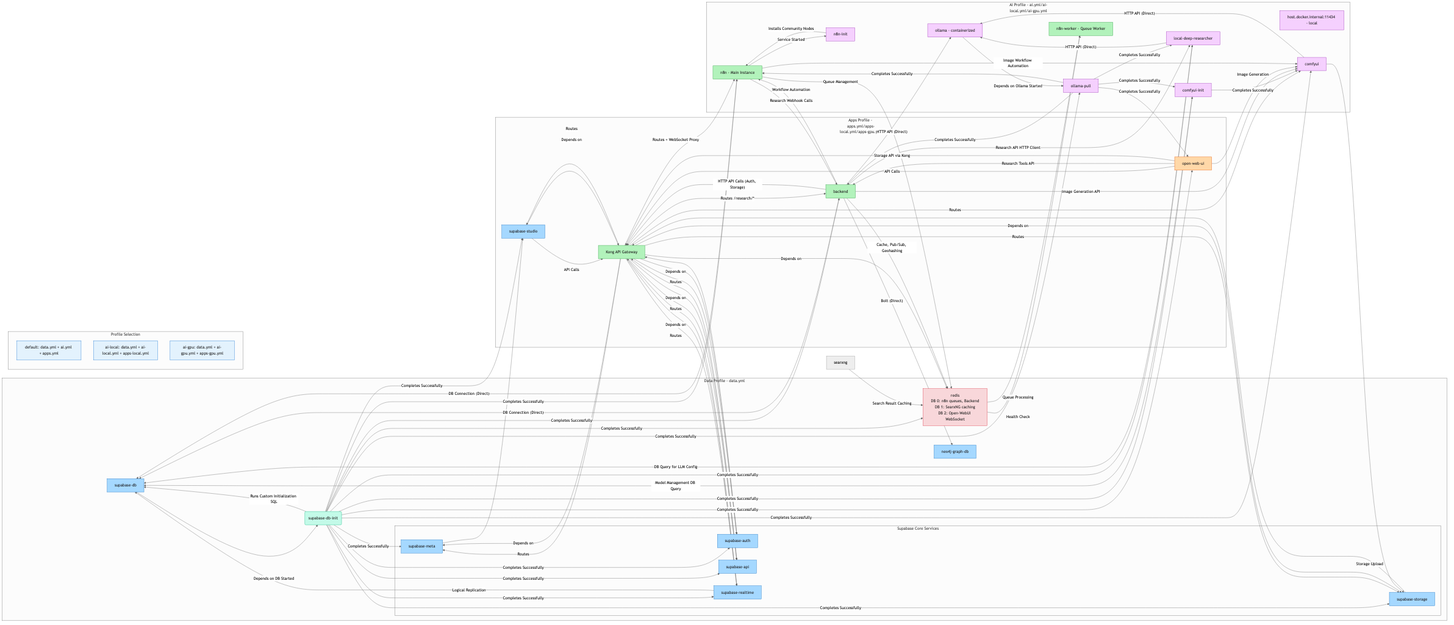
The Mermaid diagram docs/images/architecture.png in thekaveh/genai-vanilla, before a commit. Its source is kept beside it as docs/diagrams/architecture.mermaid.
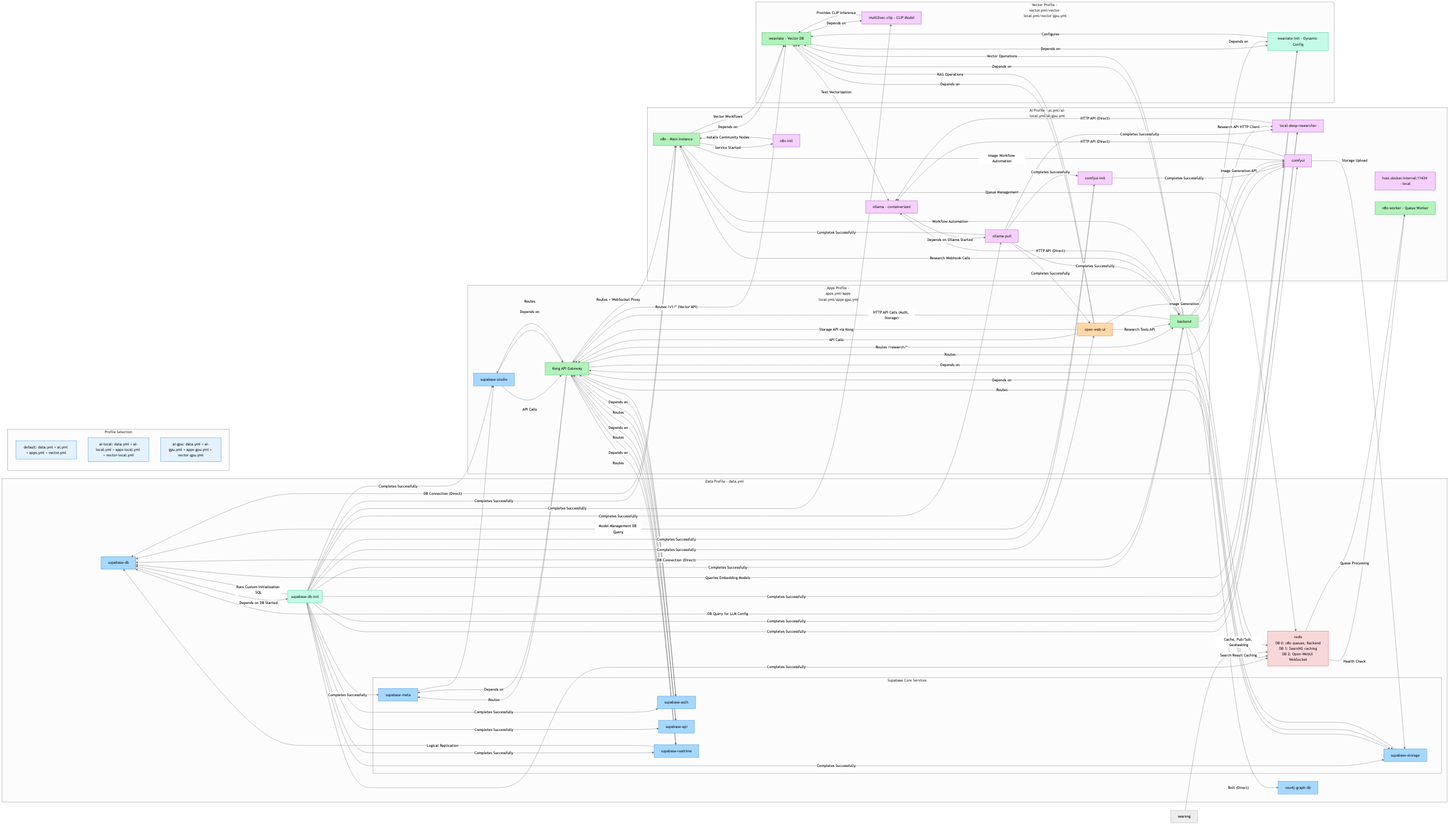
The same diagram one commit later.

Change to the diagram source:
```diff
@@ -35,6 +35,13 @@
         comfyui[comfyui]:::ai
     end
 
+    subgraph VectorProfile[Vector Profile - vector.yml/vector-local.yml/vector-gpu.yml]
+        direction TB
+        weaviate-init[weaviate-init - Dynamic Config]:::init
+        weaviate[weaviate - Vector DB]:::api
+        multi2vec-clip[multi2vec-clip - CLIP Model]:::ai
+    end
+
     subgraph AppsProfile[Apps Profile - apps.yml/apps-local.yml/apps-gpu.yml]
         direction TB
         kong-api-gateway[Kong API Gateway]
@@ -58,6 +65,8 @@
     supabase-db-init -- "Completes Successfully" --> backend
     supabase-db-init -- "Completes Successfully" --> open-web-ui
     supabase-db-init -- "Completes Successfully" --> n8n
+    supabase-db-init -- "Completes Successfully" --> weaviate-init
+    supabase-db-init -- "Completes Successfully" --> multi2vec-clip
     redis -- "Health Check" --> n8n-worker
     n8n -- "Service Started" --> n8n-init
     n8n-init -- "Installs Community Nodes" --> n8n
@@ -81,6 +90,7 @@
     kong-api-gateway -- "Routes + WebSocket Proxy" --> n8n
     kong-api-gateway -- Routes --> comfyui
     kong-api-gateway -- "Routes /research/*" --> backend
+    kong-api-gateway -- "Routes /v1/* (Vector API)" --> weaviate
 
     kong-api-gateway -- "Depends on" --> redis
     kong-api-gateway -- "Depends on" --> supabase-auth
@@ -98,6 +108,20 @@
     searxng -- "Search Result Caching" --> redis
     backend -- "Workflow Automation" --> n8n
     backend -- "Cache, Pub/Sub, Geohashing" --> redis
+    weaviate-init -- "Queries Embedding Models" --> supabase-db
+    weaviate-init -- "Configures" --> weaviate
+    multi2vec-clip -- "Provides CLIP Inference" --> weaviate
+    weaviate -- "Text Vectorization" --> ollama
+    weaviate -- "Depends on" --> multi2vec-clip
+    weaviate -- "Depends on" --> weaviate-init
+
+    backend -- "Depends on" --> weaviate-init
+    backend -- "Depends on" --> weaviate
+    backend -- "Vector Operations" --> weaviate
+    n8n -- "Depends on" --> weaviate
+    n8n -- "Vector Workflows" --> weaviate
+    open-web-ui -- "Depends on" --> weaviate
+    open-web-ui -- "RAG Operations" --> weaviate
     ollama-pull -- "Completes Successfully" --> local-deep-researcher
     ollama-pull -- "Completes Successfully" --> open-web-ui
     ollama-pull -- "Completes Successfully" --> backend
@@ -128,18 +152,19 @@
 
     subgraph ProfileNotes[Profile Selection]
         direction TB
-        DefaultNote[default: data.yml + ai.yml + apps.yml]
-        LocalNote[ai-local: data.yml + ai-local.yml + apps-local.yml]
-        GPUNote[ai-gpu: data.yml + ai-gpu.yml + apps-gpu.yml]
+        DefaultNote[default: data.yml + ai.yml + apps.yml + vector.yml]
+        LocalNote[ai-local: data.yml + ai-local.yml + apps-local.yml + vector-local.yml]
+        GPUNote[ai-gpu: data.yml + ai-gpu.yml + apps-gpu.yml + vector-gpu.yml]
     end
 
     classDef init fill:#c3fae8,stroke:#12b886,color:#1e1e1e
     classDef profile fill:#e3f2fd,stroke:#1976d2,color:#1e1e1e
     class supabase-db,neo4j-graph-db database
     class supabase-meta,supabase-storage,supabase-auth,supabase-api,supabase-realtime,supabase-studio database
-    class ollama,ollama-local,ollama-pull,comfyui-init,n8n-init,local-deep-researcher,comfyui ai
+    class ollama,ollama-local,ollama-pull,comfyui-init,n8n-init,local-deep-researcher,comfyui,multi2vec-clip ai
+    class weaviate-init init
     class open-web-ui ui
     class backend api
-    class kong-api-gateway,n8n,n8n-worker api
+    class kong-api-gateway,n8n,n8n-worker,weaviate api
     class supabase-db-init init
     class DefaultNote,LocalNote,GPUNote profile
```
